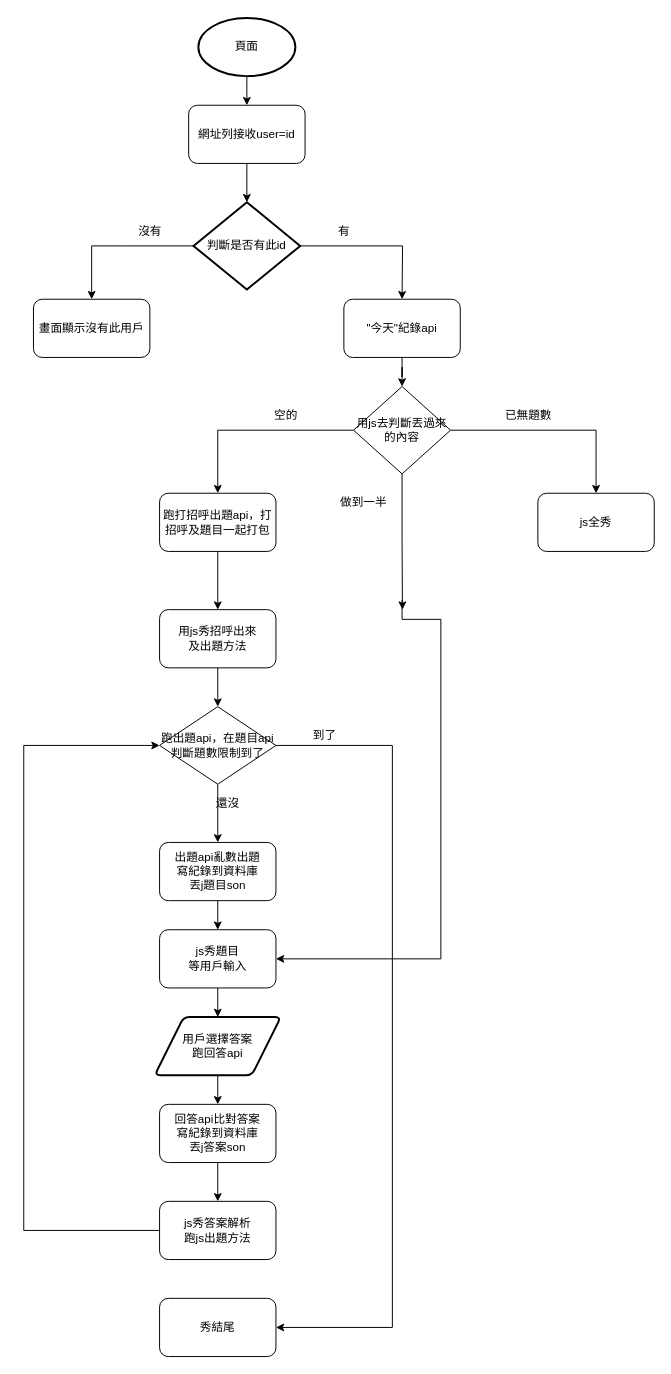
The draw.io diagram 未命名圖表.drawio in kartg0203/work_flow, before the edit. Source tidied: cells renumbered, new cells numbered last; positions are measured from the earlier drawing's top-left corner, leaving out a move shared by most shapes. Both pictures are drawn from the tidied source at 97%, with x=0, y=0 at pixel (23, 17).
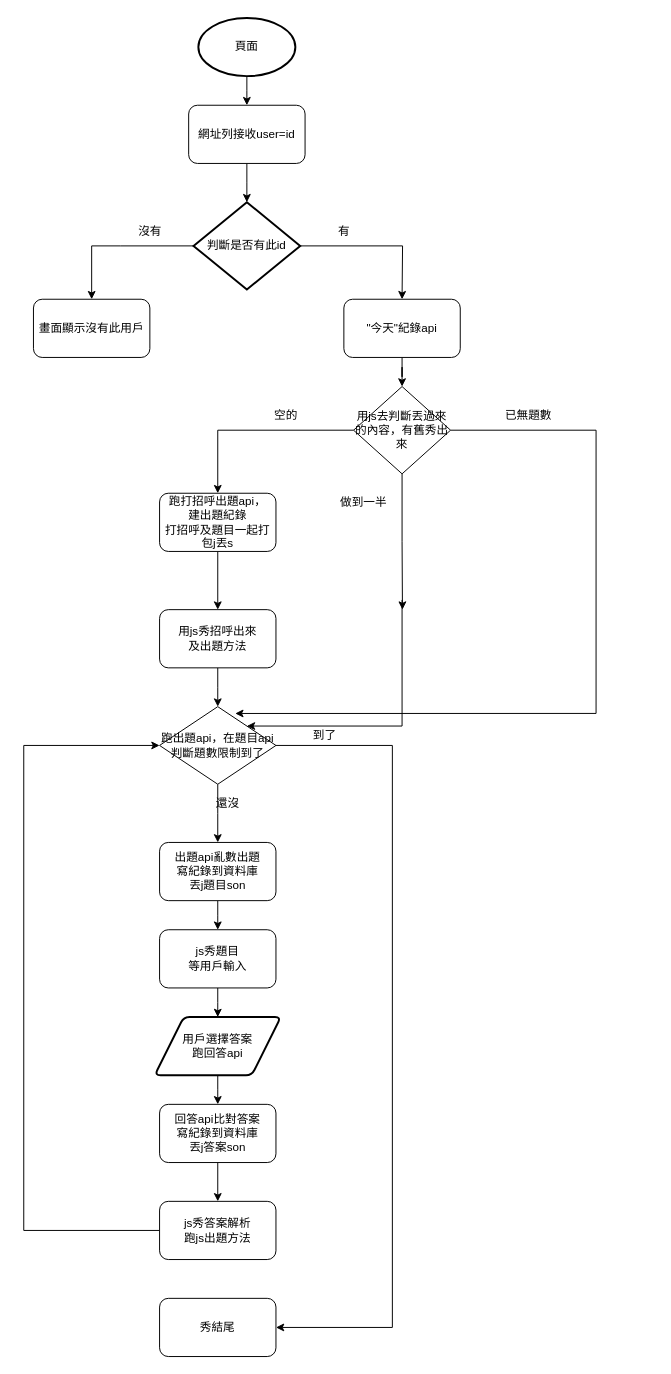
The same page after the edit.

Commit message:
更新ai學習圖表.drawio

Unchanged cells that the change refers to:
```xml
<mxCell id="16" value="js秀題目&lt;br&gt;等用戶輸入" style="rounded=1;whiteSpace=wrap;html=1;" parent="1" vertex="1">
  <mxGeometry x="140" y="940" width="120" height="60" as="geometry" />
</mxCell>
<mxCell id="26" value="跑出題api，在題目api判斷題數限制到了" style="rhombus;whiteSpace=wrap;html=1;" parent="1" vertex="1">
  <mxGeometry x="140" y="710" width="120" height="80" as="geometry" />
</mxCell>
```

The edit, as a diff of the source:
```diff
@@
-    <mxCell id="11" value="跑打招呼出題api，打招呼及題目一起打包" style="rounded=1;whiteSpace=wrap;html=1;" parent="1" vertex="1">
+    <mxCell id="11" value="跑打招呼出題api，&lt;br&gt;建出題紀錄&lt;br&gt;打招呼及題目一起打包j丟s" style="rounded=1;whiteSpace=wrap;html=1;" parent="1" vertex="1">
       <mxGeometry x="140" y="490" width="120" height="60" as="geometry" />
     </mxCell>
@@
-    <mxCell id="33" style="edgeStyle=orthogonalEdgeStyle;rounded=0;jettySize=auto;html=1;entryX=0.5;entryY=0;entryDx=0;entryDy=0;exitX=1;exitY=0.5;exitDx=0;exitDy=0;" parent="1" edge="1" source="42" target="37">
+    <mxCell id="33" style="edgeStyle=orthogonalEdgeStyle;rounded=0;jettySize=auto;html=1;entryX=0.65;entryY=0.088;entryDx=0;entryDy=0;exitX=1;exitY=0.5;exitDx=0;exitDy=0;entryPerimeter=0;" parent="1" edge="1" source="42" target="26">
       <mxGeometry relative="1" as="geometry">
         <Array as="points">
           <mxPoint x="590" y="425" />
+          <mxPoint x="590" y="717" />
         </Array>
       </mxGeometry>
     </mxCell>
@@
-    <mxCell id="35" style="edgeStyle=orthogonalEdgeStyle;rounded=0;jettySize=auto;html=1;entryX=1;entryY=0.5;entryDx=0;entryDy=0;exitX=0.5;exitY=1;exitDx=0;exitDy=0;" parent="1" edge="1" target="16">
+    <mxCell id="35" style="edgeStyle=orthogonalEdgeStyle;rounded=0;jettySize=auto;html=1;entryX=1;entryY=0;entryDx=0;entryDy=0;exitX=0.5;exitY=1;exitDx=0;exitDy=0;" parent="1" edge="1" target="26">
       <mxGeometry relative="1" as="geometry">
         <mxPoint x="390" y="600" as="sourcePoint" />
         <Array as="points">
-          <mxPoint x="390" y="620" />
-          <mxPoint x="430" y="620" />
-          <mxPoint x="430" y="970" />
+          <mxPoint x="390" y="730" />
         </Array>
       </mxGeometry>
     </mxCell>
@@
-    <mxCell id="37" value="js全秀" style="rounded=1;whiteSpace=wrap;html=1;" parent="1" vertex="1">
-      <mxGeometry x="530" y="490" width="120" height="60" as="geometry" />
-    </mxCell>
@@
-    <mxCell id="42" value="&lt;span&gt;用js去判斷丟過來的內容&lt;/span&gt;" style="rhombus;whiteSpace=wrap;html=1;" parent="1" vertex="1">
+    <mxCell id="42" value="&lt;span&gt;用js去判斷丟過來的內容，有舊秀出來&lt;/span&gt;" style="rhombus;whiteSpace=wrap;html=1;" parent="1" vertex="1">
       <mxGeometry x="340" y="380" width="100" height="90" as="geometry" />
     </mxCell>
```
